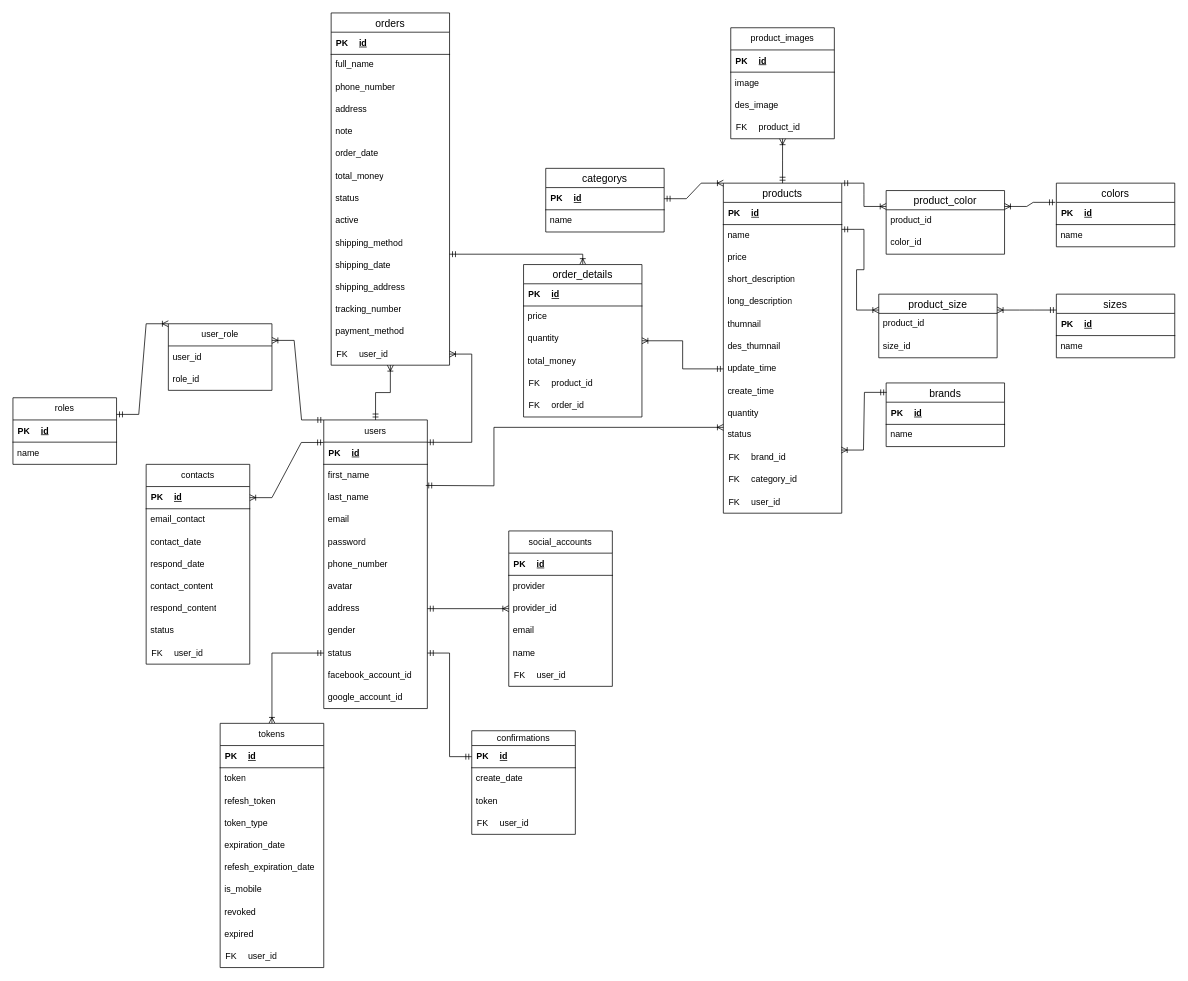
Earlier version of the draw.io diagram shop-online/Biểu đồ không có tiêu đề.drawio (Dangnhhe161726/shop-online). Source tidied: cells renumbered, new cells numbered last; positions are measured from the earlier drawing's top-left corner, leaving out a move shared by most shapes. Both pictures are drawn from the tidied source at 74%, with x=0, y=0 at pixel (13, -176).
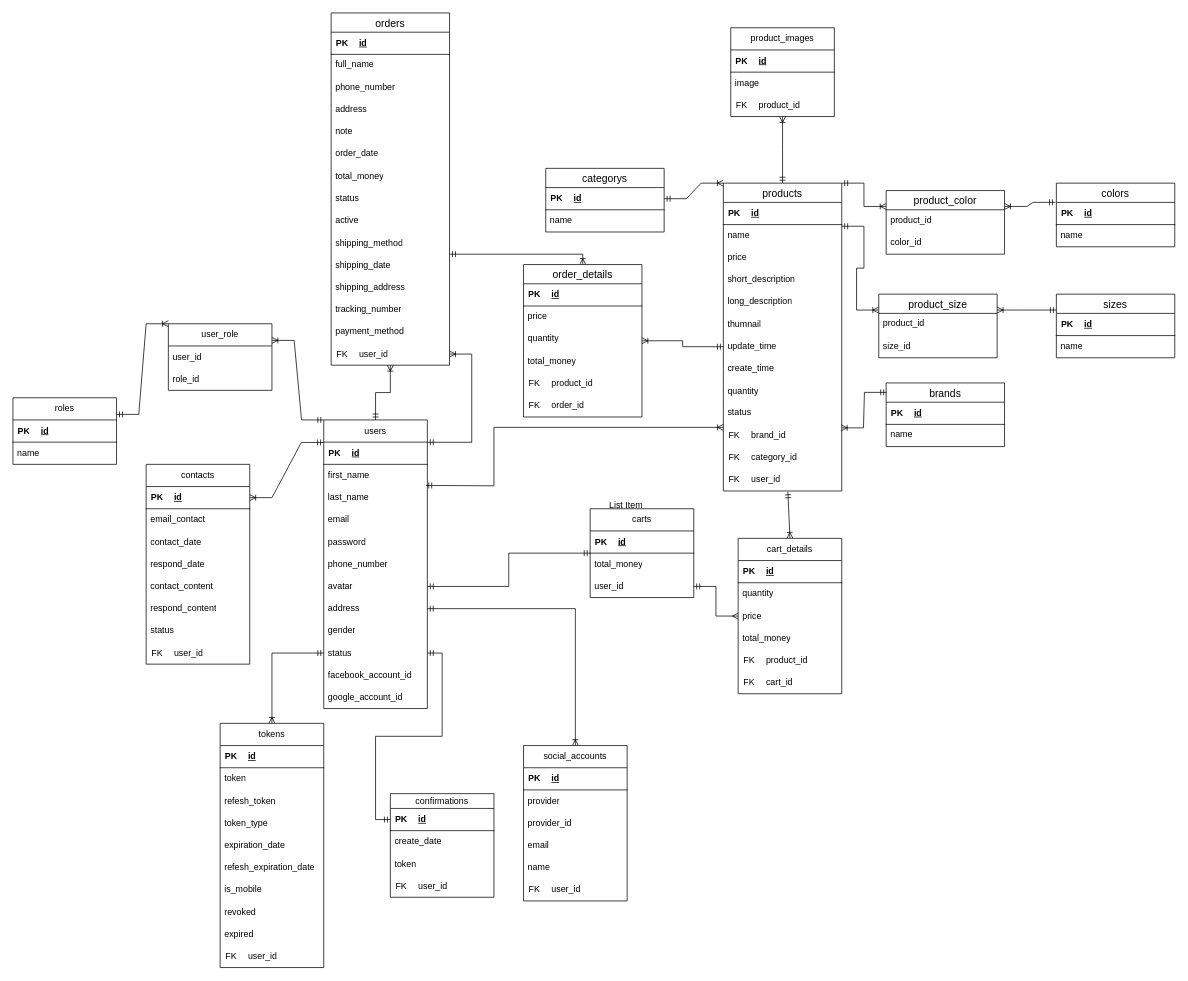
The same page after the edit.

Commit message:
create table cart

The change refers to these unchanged cells:
```xml
<mxCell id="12" value="avatar" style="text;strokeColor=none;fillColor=none;align=left;verticalAlign=middle;spacingLeft=4;spacingRight=4;overflow=hidden;points=[[0,0.5],[1,0.5]];portConstraint=eastwest;whiteSpace=wrap;html=1;" parent="2" vertex="1">
  <mxGeometry y="210" width="140" height="30" as="geometry" />
</mxCell>
<mxCell id="67" style="shape=tableRow;horizontal=0;startSize=0;swimlaneHead=0;swimlaneBody=0;fillColor=none;points=[[0,0.5],[1,0.5]];portConstraint=eastwest;top=0;left=0;right=0;bottom=0;" parent="60" vertex="1">
  <mxGeometry y="60" width="160" height="30" as="geometry" />
</mxCell>
```

Diff of the diagram source:
```diff
@@
     <mxCell id="45" value="products" style="swimlane;fontStyle=0;horizontal=1;startSize=26;align=center;fontSize=14;" parent="1" vertex="1">
-      <mxGeometry x="960" y="485" width="160" height="446" as="geometry" />
+      <mxGeometry x="960" y="485" width="160" height="416" as="geometry" />
     </mxCell>
@@
-    <mxCell id="55" value="des_thumnail" style="text;strokeColor=none;fillColor=none;align=left;verticalAlign=middle;spacingLeft=4;spacingRight=4;overflow=hidden;whiteSpace=wrap;html=1;" parent="45" vertex="1">
-      <mxGeometry y="206" width="160" height="30" as="geometry" />
-    </mxCell>
     <mxCell id="56" value="update_time" style="text;strokeColor=none;fillColor=none;spacingLeft=4;spacingRight=4;overflow=hidden;points=[[0,0.5],[1,0.5]];portConstraint=eastwest;fontSize=12;whiteSpace=wrap;html=1;" parent="45" vertex="1">
-      <mxGeometry y="236" width="160" height="30" as="geometry" />
+      <mxGeometry y="206" width="160" height="30" as="geometry" />
     </mxCell>
     <mxCell id="57" value="create_time" style="text;strokeColor=none;fillColor=none;align=left;verticalAlign=middle;spacingLeft=4;spacingRight=4;overflow=hidden;whiteSpace=wrap;html=1;" parent="45" vertex="1">
-      <mxGeometry y="266" width="160" height="30" as="geometry" />
+      <mxGeometry y="236" width="160" height="30" as="geometry" />
     </mxCell>
     <mxCell id="58" value="quantity" style="text;strokeColor=none;fillColor=none;align=left;verticalAlign=middle;spacingLeft=4;spacingRight=4;overflow=hidden;whiteSpace=wrap;html=1;" parent="45" vertex="1">
-      <mxGeometry y="296" width="160" height="30" as="geometry" />
+      <mxGeometry y="266" width="160" height="30" as="geometry" />
     </mxCell>
     <mxCell id="59" value="status" style="text;strokeColor=none;fillColor=none;spacingLeft=4;spacingRight=4;overflow=hidden;fontSize=12;whiteSpace=wrap;html=1;" parent="45" vertex="1">
-      <mxGeometry y="326" width="160" height="30" as="geometry" />
+      <mxGeometry y="296" width="160" height="30" as="geometry" />
     </mxCell>
     <mxCell id="60" style="shape=table;startSize=0;childLayout=tableLayout;rowLines=0;fontStyle=0;align=center;strokeColor=none;fillColor=none;" parent="45" vertex="1">
-      <mxGeometry y="356" width="160" height="90" as="geometry" />
+      <mxGeometry y="326" width="160" height="90" as="geometry" />
     </mxCell>
@@
     <mxCell id="149" value="product_images" style="swimlane;fontStyle=0;horizontal=1;startSize=30;whiteSpace=wrap;html=1;" parent="1" vertex="1">
-      <mxGeometry x="970" y="275" width="140" height="150" as="geometry" />
+      <mxGeometry x="970" y="275" width="140" height="120" as="geometry" />
     </mxCell>
@@
-    <mxCell id="155" value="des_image" style="text;strokeColor=none;fillColor=none;align=left;verticalAlign=middle;spacingLeft=4;spacingRight=4;overflow=hidden;whiteSpace=wrap;html=1;" parent="149" vertex="1">
-      <mxGeometry y="90" width="140" height="30" as="geometry" />
-    </mxCell>
     <mxCell id="156" style="shape=table;startSize=0;childLayout=tableLayout;rowLines=0;fontStyle=0;align=center;strokeColor=none;fillColor=none;" parent="149" vertex="1">
-      <mxGeometry y="120" width="140" height="30" as="geometry" />
+      <mxGeometry y="90" width="140" height="30" as="geometry" />
     </mxCell>
@@
     <mxCell id="161" value="confirmations" style="swimlane;fontStyle=0;horizontal=1;startSize=20;whiteSpace=wrap;html=1;" parent="1" vertex="1">
-      <mxGeometry x="620" y="1225" width="140" height="140" as="geometry" />
+      <mxGeometry x="510" y="1310" width="140" height="140" as="geometry" />
     </mxCell>
@@
     <mxCell id="191" value="social_accounts" style="swimlane;fontStyle=0;horizontal=1;startSize=30;whiteSpace=wrap;html=1;" parent="1" vertex="1">
-      <mxGeometry x="670" y="955" width="140" height="210" as="geometry" />
+      <mxGeometry x="690" y="1245" width="140" height="210" as="geometry" />
     </mxCell>
@@
+    <mxCell id="205" style="edgeStyle=orthogonalEdgeStyle;rounded=0;jettySize=auto;html=1;startArrow=ERmandOne;startFill=0;endArrow=ERmandOne;endFill=0;" parent="1" edge="1" source="206" target="12">
+      <mxGeometry relative="1" as="geometry" />
+    </mxCell>
+    <mxCell id="206" value="carts" style="swimlane;fontStyle=0;horizontal=1;startSize=30;whiteSpace=wrap;html=1;" parent="1" vertex="1">
+      <mxGeometry x="780" y="925" width="140" height="120" as="geometry" />
+    </mxCell>
+    <mxCell id="207" style="shape=table;startSize=0;childLayout=tableLayout;rowLines=0;fontStyle=0;align=center;strokeColor=none;fillColor=none;" parent="206" vertex="1">
+      <mxGeometry y="30" width="140" height="30" as="geometry" />
+    </mxCell>
+    <mxCell id="208" style="shape=tableRow;horizontal=0;startSize=0;swimlaneHead=0;swimlaneBody=0;fillColor=none;top=0;left=0;right=0;bottom=1;" parent="207" vertex="1">
+      <mxGeometry width="140" height="30" as="geometry" />
+    </mxCell>
+    <mxCell id="209" value="PK" style="shape=partialRectangle;fillColor=none;top=0;left=0;bottom=0;right=0;fontStyle=1;overflow=hidden;whiteSpace=wrap;html=1;" parent="208" vertex="1">
+      <mxGeometry width="30" height="30" as="geometry" />
+    </mxCell>
+    <mxCell id="210" value="id" style="shape=partialRectangle;fillColor=none;top=0;left=0;bottom=0;right=0;align=left;spacingLeft=6;fontStyle=5;overflow=hidden;whiteSpace=wrap;html=1;" parent="208" vertex="1">
+      <mxGeometry x="30" width="110" height="30" as="geometry" />
+    </mxCell>
+    <mxCell id="211" value="total_money" style="text;strokeColor=none;fillColor=none;align=left;verticalAlign=middle;spacingLeft=4;spacingRight=4;overflow=hidden;whiteSpace=wrap;html=1;" parent="206" vertex="1">
+      <mxGeometry y="60" width="140" height="30" as="geometry" />
+    </mxCell>
+    <mxCell id="212" value="user_id" style="text;strokeColor=none;fillColor=none;align=left;verticalAlign=middle;spacingLeft=4;spacingRight=4;overflow=hidden;points=[[0,0.5],[1,0.5]];portConstraint=eastwest;whiteSpace=wrap;html=1;" parent="206" vertex="1">
+      <mxGeometry y="90" width="140" height="30" as="geometry" />
+    </mxCell>
+    <mxCell id="213" style="edgeStyle=orthogonalEdgeStyle;rounded=0;jettySize=auto;html=1;endArrow=ERmandOne;endFill=0;startArrow=ERmany;startFill=0;" parent="1" edge="1" source="214" target="212">
+      <mxGeometry relative="1" as="geometry" />
+    </mxCell>
+    <mxCell id="214" value="cart_details" style="swimlane;fontStyle=0;horizontal=1;startSize=30;whiteSpace=wrap;html=1;" parent="1" vertex="1">
+      <mxGeometry x="980" y="965" width="140" height="210" as="geometry" />
+    </mxCell>
+    <mxCell id="215" style="shape=table;startSize=0;childLayout=tableLayout;rowLines=0;fontStyle=0;align=center;strokeColor=none;fillColor=none;" parent="214" vertex="1">
+      <mxGeometry y="30" width="140" height="30" as="geometry" />
+    </mxCell>
+    <mxCell id="216" style="shape=tableRow;horizontal=0;startSize=0;swimlaneHead=0;swimlaneBody=0;fillColor=none;top=0;left=0;right=0;bottom=1;" parent="215" vertex="1">
+      <mxGeometry width="140" height="30" as="geometry" />
+    </mxCell>
+    <mxCell id="217" value="PK" style="shape=partialRectangle;fillColor=none;top=0;left=0;bottom=0;right=0;fontStyle=1;overflow=hidden;whiteSpace=wrap;html=1;" parent="216" vertex="1">
+      <mxGeometry width="30" height="30" as="geometry" />
+    </mxCell>
+    <mxCell id="218" value="id" style="shape=partialRectangle;fillColor=none;top=0;left=0;bottom=0;right=0;align=left;spacingLeft=6;fontStyle=5;overflow=hidden;whiteSpace=wrap;html=1;" parent="216" vertex="1">
+      <mxGeometry x="30" width="110" height="30" as="geometry" />
+    </mxCell>
+    <mxCell id="219" value="quantity" style="text;strokeColor=none;fillColor=none;align=left;verticalAlign=middle;spacingLeft=4;spacingRight=4;overflow=hidden;whiteSpace=wrap;html=1;" parent="214" vertex="1">
+      <mxGeometry y="60" width="140" height="30" as="geometry" />
+    </mxCell>
+    <mxCell id="220" value="price" style="text;strokeColor=none;fillColor=none;align=left;verticalAlign=middle;spacingLeft=4;spacingRight=4;overflow=hidden;whiteSpace=wrap;html=1;" parent="214" vertex="1">
+      <mxGeometry y="90" width="140" height="30" as="geometry" />
+    </mxCell>
+    <mxCell id="221" value="total_money" style="text;strokeColor=none;fillColor=none;align=left;verticalAlign=middle;spacingLeft=4;spacingRight=4;overflow=hidden;whiteSpace=wrap;html=1;" parent="214" vertex="1">
+      <mxGeometry y="120" width="140" height="30" as="geometry" />
+    </mxCell>
+    <mxCell id="222" style="shape=table;startSize=0;childLayout=tableLayout;rowLines=0;fontStyle=0;align=center;strokeColor=none;fillColor=none;" parent="214" vertex="1">
+      <mxGeometry y="150" width="140" height="60" as="geometry" />
+    </mxCell>
+    <mxCell id="223" style="shape=tableRow;horizontal=0;startSize=0;swimlaneHead=0;swimlaneBody=0;fillColor=none;top=0;left=0;right=0;bottom=0;" parent="222" vertex="1">
+      <mxGeometry width="140" height="30" as="geometry" />
+    </mxCell>
+    <mxCell id="224" value="FK" style="shape=partialRectangle;fillColor=none;top=0;left=0;bottom=0;right=0;fontStyle=0;overflow=hidden;whiteSpace=wrap;html=1;" parent="223" vertex="1">
+      <mxGeometry width="30" height="30" as="geometry" />
+    </mxCell>
+    <mxCell id="225" value="product_id" style="shape=partialRectangle;fillColor=none;top=0;left=0;bottom=0;right=0;align=left;spacingLeft=6;fontStyle=0;overflow=hidden;whiteSpace=wrap;html=1;" parent="223" vertex="1">
+      <mxGeometry x="30" width="110" height="30" as="geometry" />
+    </mxCell>
+    <mxCell id="226" style="shape=tableRow;horizontal=0;startSize=0;swimlaneHead=0;swimlaneBody=0;fillColor=none;top=0;left=0;right=0;bottom=0;" parent="222" vertex="1">
+      <mxGeometry y="30" width="140" height="30" as="geometry" />
+    </mxCell>
+    <mxCell id="227" value="FK" style="shape=partialRectangle;fillColor=none;top=0;left=0;bottom=0;right=0;fontStyle=0;overflow=hidden;whiteSpace=wrap;html=1;" parent="226" vertex="1">
+      <mxGeometry width="30" height="30" as="geometry" />
+    </mxCell>
+    <mxCell id="228" value="cart_id" style="shape=partialRectangle;fillColor=none;top=0;left=0;bottom=0;right=0;align=left;spacingLeft=6;fontStyle=0;overflow=hidden;whiteSpace=wrap;html=1;" parent="226" vertex="1">
+      <mxGeometry x="30" width="110" height="30" as="geometry" />
+    </mxCell>
+    <mxCell id="229" value="List Item" style="text;strokeColor=none;fillColor=none;align=left;verticalAlign=middle;spacingLeft=4;spacingRight=4;overflow=hidden;whiteSpace=wrap;html=1;" parent="1" vertex="1">
+      <mxGeometry x="800" y="905" width="80" height="30" as="geometry" />
+    </mxCell>
+    <mxCell id="230" style="endArrow=ERmandOne;html=1;rounded=0;exitX=0.5;exitY=0;exitDx=0;exitDy=0;entryX=0.545;entryY=1.037;entryDx=0;entryDy=0;entryPerimeter=0;startArrow=ERoneToMany;startFill=0;endFill=0;" parent="1" edge="1" source="214" target="67">
+      <mxGeometry relative="1" as="geometry" />
+    </mxCell>
```
